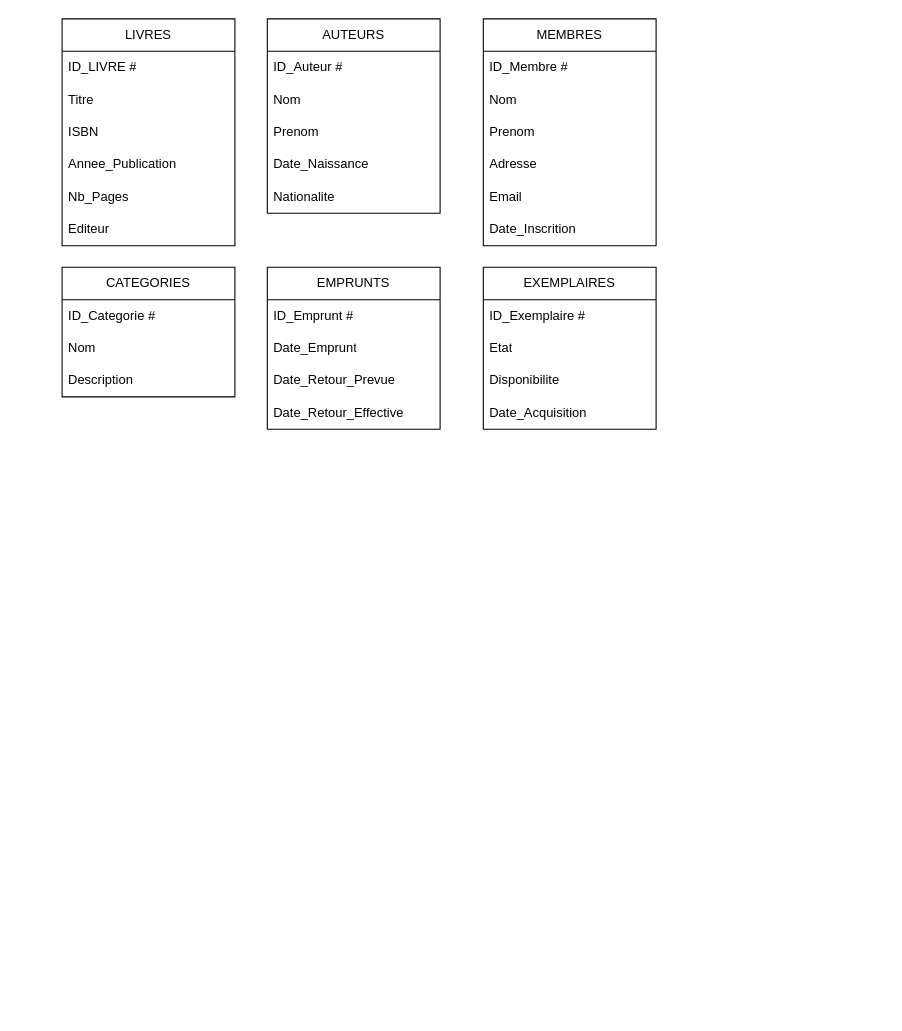
This is Diagramme sans nom.drawio from Naifozz/exo12, a draw.io file, before an edit. Source tidied: cells renumbered, new cells numbered last; positions are measured from the earlier drawing's top-left corner, leaving out a move shared by most shapes. Both pictures are drawn from the tidied source at 108%, with x=0, y=0 at pixel (62, 18).
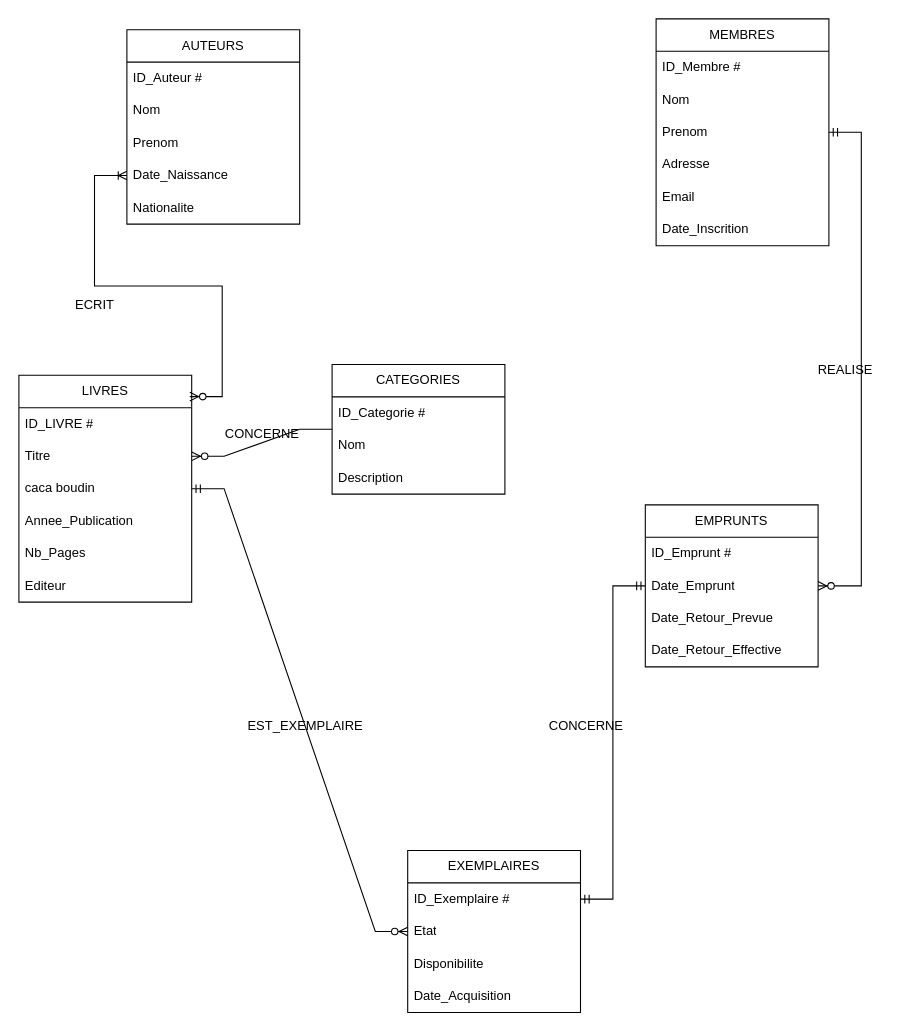
The same diagram, later.

Commit message:
Mettre à jour Diagramme sans nom.drawio

The change refers to these unchanged cells:
```xml
<mxCell id="4" value="Titre" style="text;strokeColor=none;fillColor=none;align=left;verticalAlign=middle;spacingLeft=4;spacingRight=4;overflow=hidden;points=[[0,0.5],[1,0.5]];portConstraint=eastwest;whiteSpace=wrap;html=1;" parent="2" vertex="1">
  <mxGeometry y="60" width="160" height="30" as="geometry" />
</mxCell>
<mxCell id="24" value="Date_Emprunt" style="text;strokeColor=none;fillColor=none;align=left;verticalAlign=middle;spacingLeft=4;spacingRight=4;overflow=hidden;points=[[0,0.5],[1,0.5]];portConstraint=eastwest;whiteSpace=wrap;html=1;" parent="22" vertex="1">
  <mxGeometry y="60" width="160" height="30" as="geometry" />
</mxCell>
<mxCell id="28" value="ID_Exemplaire #" style="text;strokeColor=none;fillColor=none;align=left;verticalAlign=middle;spacingLeft=4;spacingRight=4;overflow=hidden;points=[[0,0.5],[1,0.5]];portConstraint=eastwest;whiteSpace=wrap;html=1;" parent="27" vertex="1">
  <mxGeometry y="30" width="160" height="30" as="geometry" />
</mxCell>
```

Diff of the diagram source:
```diff
@@
     <mxCell id="2" value="LIVRES" style="swimlane;fontStyle=0;horizontal=1;startSize=30;whiteSpace=wrap;html=1;" parent="1" vertex="1">
-      <mxGeometry width="160" height="210" as="geometry" />
+      <mxGeometry x="-40" y="330" width="160" height="210" as="geometry" />
     </mxCell>
@@
-    <mxCell id="5" value="ISBN" style="text;strokeColor=none;fillColor=none;align=left;verticalAlign=middle;spacingLeft=4;spacingRight=4;overflow=hidden;whiteSpace=wrap;html=1;" parent="2" vertex="1">
+    <mxCell id="5" value="caca boudin" style="text;strokeColor=none;fillColor=none;align=left;verticalAlign=middle;spacingLeft=4;spacingRight=4;overflow=hidden;whiteSpace=wrap;html=1;" parent="2" vertex="1">
       <mxGeometry y="90" width="160" height="30" as="geometry" />
     </mxCell>
@@
     <mxCell id="9" value="AUTEURS" style="swimlane;fontStyle=0;horizontal=1;startSize=30;whiteSpace=wrap;html=1;" parent="1" vertex="1">
-      <mxGeometry x="190" width="160" height="180" as="geometry" />
+      <mxGeometry x="60" y="10" width="160" height="180" as="geometry" />
     </mxCell>
@@
     <mxCell id="15" value="MEMBRES" style="swimlane;fontStyle=0;horizontal=1;startSize=30;whiteSpace=wrap;html=1;" parent="1" vertex="1">
-      <mxGeometry x="390" width="160" height="210" as="geometry" />
+      <mxGeometry x="550" width="160" height="210" as="geometry" />
     </mxCell>
@@
     <mxCell id="22" value="EMPRUNTS" style="swimlane;fontStyle=0;horizontal=1;startSize=30;whiteSpace=wrap;html=1;" parent="1" vertex="1">
-      <mxGeometry x="190" y="230" width="160" height="150" as="geometry" />
+      <mxGeometry x="540" y="450" width="160" height="150" as="geometry" />
     </mxCell>
@@
     <mxCell id="27" value="EXEMPLAIRES" style="swimlane;fontStyle=0;horizontal=1;startSize=30;whiteSpace=wrap;html=1;" parent="1" vertex="1">
-      <mxGeometry x="390" y="230" width="160" height="150" as="geometry" />
+      <mxGeometry x="320" y="770" width="160" height="150" as="geometry" />
     </mxCell>
@@
     <mxCell id="32" value="CATEGORIES" style="swimlane;fontStyle=0;horizontal=1;startSize=30;whiteSpace=wrap;html=1;" parent="1" vertex="1">
-      <mxGeometry y="230" width="160" height="120" as="geometry" />
+      <mxGeometry x="250" y="320" width="160" height="120" as="geometry" />
     </mxCell>
@@
+    <mxCell id="36" value="ECRIT" style="text;html=1;align=center;verticalAlign=middle;strokeColor=none;fillColor=none;" parent="1" vertex="1">
+      <mxGeometry y="250" width="60" height="30" as="geometry" />
+    </mxCell>
+    <mxCell id="37" value="EST_EXEMPLAIRE" style="text;html=1;align=center;verticalAlign=middle;strokeColor=none;fillColor=none;rotation=0;" parent="1" vertex="1">
+      <mxGeometry x="160" y="640" width="130" height="30" as="geometry" />
+    </mxCell>
+    <mxCell id="38" value="CONCERNE" style="text;html=1;align=center;verticalAlign=middle;strokeColor=none;fillColor=none;" parent="1" vertex="1">
+      <mxGeometry x="440" y="640" width="90" height="30" as="geometry" />
+    </mxCell>
+    <mxCell id="39" value="CONCERNE" style="text;html=1;align=center;verticalAlign=middle;strokeColor=none;fillColor=none;" parent="1" vertex="1">
+      <mxGeometry x="140" y="370" width="90" height="30" as="geometry" />
+    </mxCell>
+    <mxCell id="40" style="edgeStyle=entityRelationEdgeStyle;fontSize=12;html=1;endArrow=ERoneToMany;startArrow=ERzeroToMany;rounded=0;exitX=0.989;exitY=0.094;exitDx=0;exitDy=0;exitPerimeter=0;" parent="1" edge="1" source="2">
+      <mxGeometry relative="1" as="geometry">
+        <mxPoint x="60" y="145" as="targetPoint" />
+        <Array as="points">
+          <mxPoint x="170" y="360" />
+          <mxPoint x="300" y="400" />
+          <mxPoint x="190" y="340" />
+          <mxPoint x="200" y="290" />
+          <mxPoint x="203" y="300" />
+          <mxPoint x="200" y="280" />
+        </Array>
+      </mxGeometry>
+    </mxCell>
+    <mxCell id="41" style="edgeStyle=entityRelationEdgeStyle;fontSize=12;html=1;endArrow=ERzeroToMany;endFill=1;rounded=0;entryX=1;entryY=0.5;entryDx=0;entryDy=0;" parent="1" edge="1" source="32" target="4">
+      <mxGeometry relative="1" as="geometry">
+        <Array as="points">
+          <mxPoint x="290" y="120" />
+        </Array>
+      </mxGeometry>
+    </mxCell>
+    <mxCell id="42" style="edgeStyle=entityRelationEdgeStyle;fontSize=12;html=1;endArrow=ERzeroToMany;startArrow=ERmandOne;rounded=0;" parent="1" edge="1" source="15" target="22">
+      <mxGeometry relative="1" as="geometry" />
+    </mxCell>
+    <mxCell id="43" value="REALISE" style="text;html=1;align=center;verticalAlign=middle;strokeColor=none;fillColor=none;" parent="1" vertex="1">
+      <mxGeometry x="690" y="310" width="70" height="30" as="geometry" />
+    </mxCell>
+    <mxCell id="44" style="edgeStyle=entityRelationEdgeStyle;fontSize=12;html=1;endArrow=ERzeroToMany;startArrow=ERmandOne;rounded=0;" parent="1" edge="1" source="2" target="27">
+      <mxGeometry relative="1" as="geometry" />
+    </mxCell>
+    <mxCell id="45" style="edgeStyle=entityRelationEdgeStyle;fontSize=12;html=1;endArrow=ERmandOne;startArrow=ERmandOne;rounded=0;entryX=0;entryY=0.5;entryDx=0;entryDy=0;exitX=1;exitY=0.5;exitDx=0;exitDy=0;" parent="1" edge="1" source="28" target="24">
+      <mxGeometry relative="1" as="geometry" />
+    </mxCell>
```
